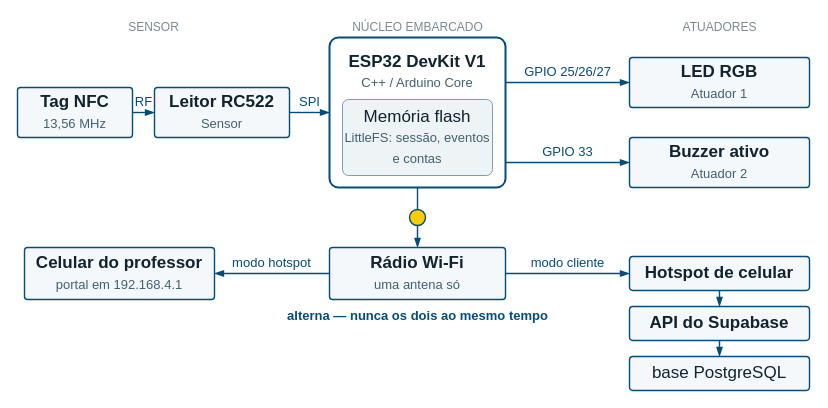
Earlier version of the draw.io diagram docs/diagrama-blocos.drawio (caioplaninschek/presente). Source tidied: cells renumbered, new cells numbered last; positions are measured from the earlier drawing's top-left corner, leaving out a move shared by most shapes. Both pictures are drawn from the tidied source at 100%, with x=0, y=0 at pixel (17, 17).
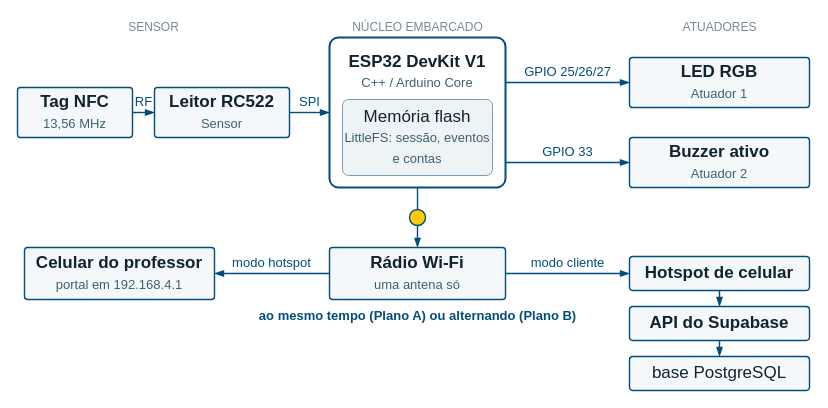
After the change.

Commit message (it also covers changes not shown here):
Diagrama de blocos: rotulo do radio com os dois planos e PNG versionado

O rotulo "alterna, nunca os dois ao mesmo tempo" contradizia o R19 dentro
do proprio PDF da Entrega 04. Troca so a string, com a caixa de texto mais
larga para caber, e o PNG exportado passa a morar ao lado do .drawio, como
o fluxograma.

Diff of the diagram source:
```diff
@@
-    <mxCell id="13" value="&lt;b&gt;alterna — nunca os dois ao mesmo tempo&lt;/b&gt;" style="text;html=1;align=center;verticalAlign=middle;fontFamily=Calibri;fontSize=13;fontColor=#004D7B;" parent="1" vertex="1">
-      <mxGeometry x="280" y="288" width="240" height="20" as="geometry" />
+    <mxCell id="13" value="&lt;b&gt;ao mesmo tempo (Plano A) ou alternando (Plano B)&lt;/b&gt;" style="text;html=1;align=center;verticalAlign=middle;fontFamily=Calibri;fontSize=13;fontColor=#004D7B;" parent="1" vertex="1">
+      <mxGeometry x="235" y="288" width="330" height="20" as="geometry" />
     </mxCell>
```
